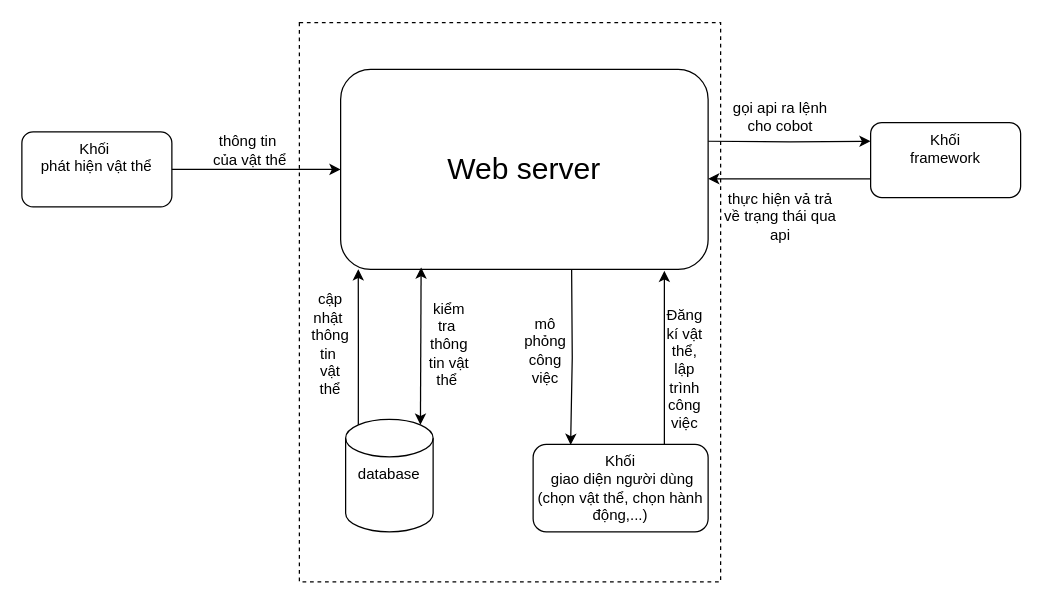
Before: page "Trang-3" (3 of 3) of user_diagram.drawio in LTDat-HustK65/GP, a draw.io diagram. Source tidied: cells renumbered, new cells numbered last; positions are measured from the earlier drawing's top-left corner, leaving out a move shared by most shapes. Both pictures are drawn from the tidied source at 125%, with x=0, y=0 at pixel (21, 21).
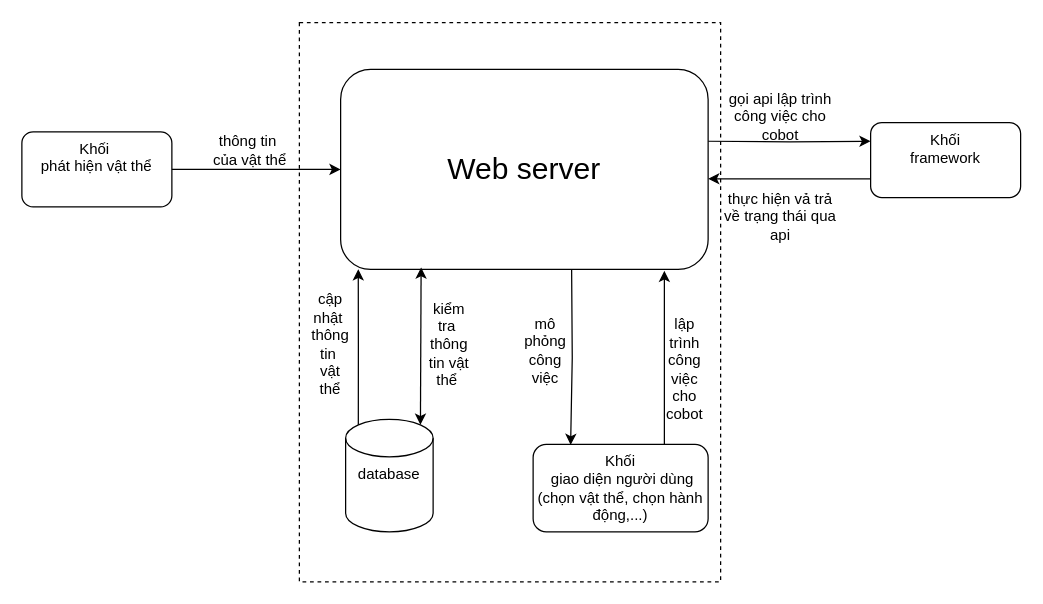
After the change.

What changed in the source:
```diff
@@
-    <mxCell id="13" value="gọi api ra lệnh cho cobot" style="text;html=1;align=center;verticalAlign=middle;whiteSpace=wrap;rounded=0;fontFamily=Helvetica;fontSize=12;fontColor=default;" parent="1" vertex="1">
+    <mxCell id="13" value="gọi api lập trình công việc cho cobot" style="text;html=1;align=center;verticalAlign=middle;whiteSpace=wrap;rounded=0;fontFamily=Helvetica;fontSize=12;fontColor=default;" parent="1" vertex="1">
       <mxGeometry x="562" y="55.5" width="90" height="40" as="geometry" />
     </mxCell>
@@
-    <mxCell id="19" value="Đăng kí vật thể, lập trình công việc" style="text;html=1;align=center;verticalAlign=middle;whiteSpace=wrap;rounded=0;" parent="1" vertex="1">
+    <mxCell id="19" value="lập trình công việc cho cobot" style="text;html=1;align=center;verticalAlign=middle;whiteSpace=wrap;rounded=0;" parent="1" vertex="1">
       <mxGeometry x="512" y="228.6" width="37" height="99.4" as="geometry" />
     </mxCell>
```
